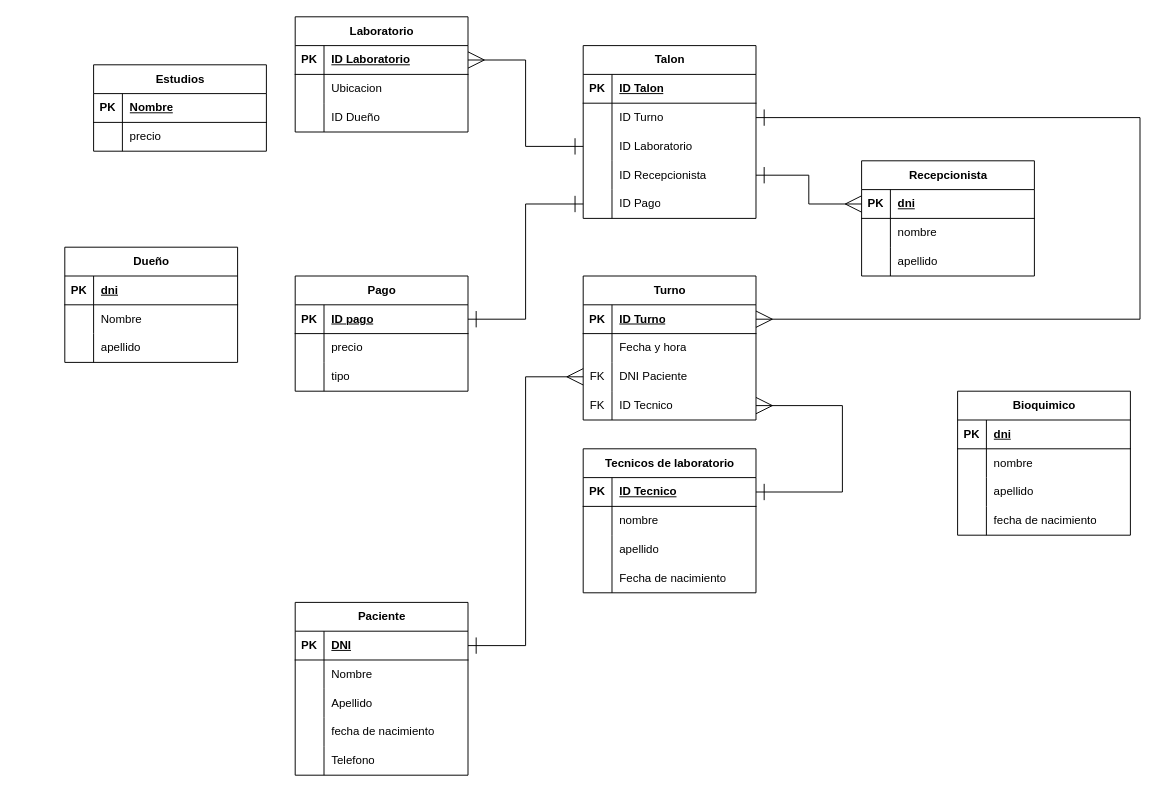
Earlier version of the draw.io diagram Diagrama.drawio (EmanuelRigo/entrega-final-sql-coderhouse). Source tidied: cells renumbered, new cells numbered last; positions are measured from the earlier drawing's top-left corner, leaving out a move shared by most shapes. Both pictures are drawn from the tidied source at 96%, with x=0, y=0 at pixel (64, 16).
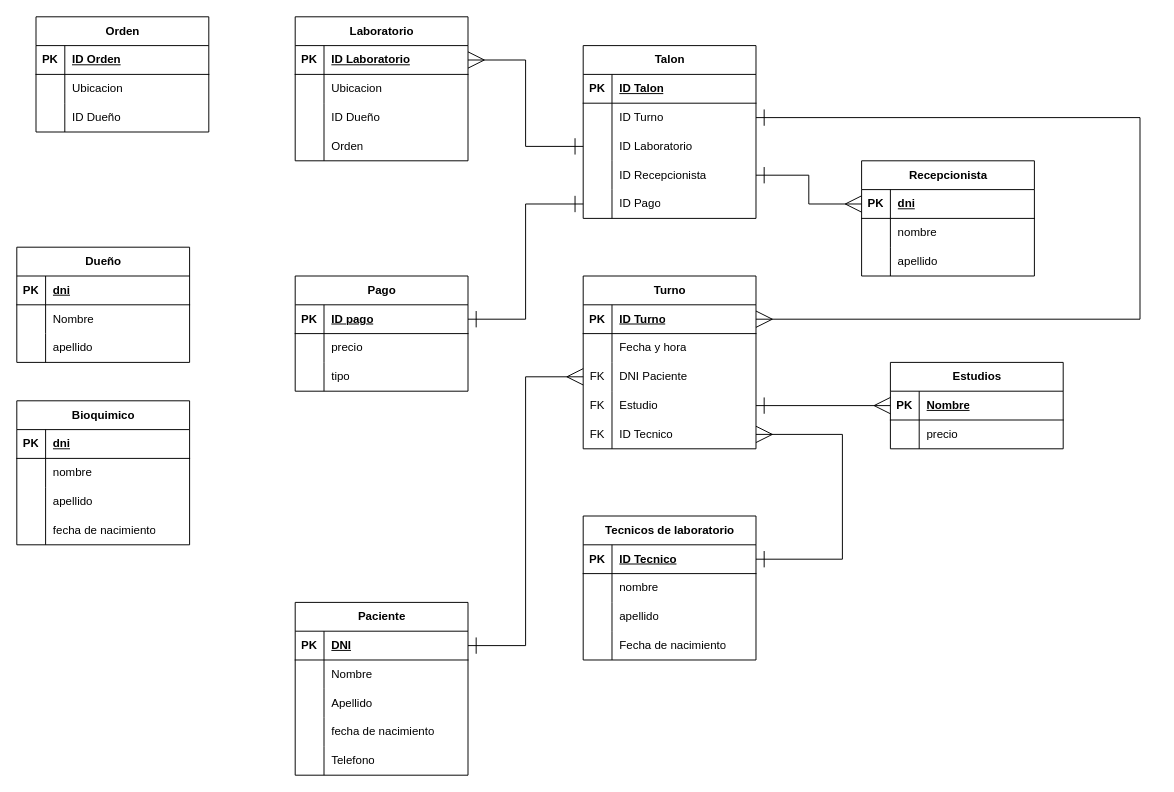
After the change.

The change refers to these unchanged cells:
```xml
<mxCell id="19" style="shape=tableRow;horizontal=0;startSize=0;swimlaneHead=0;swimlaneBody=0;fillColor=none;points=[[0,0.5],[1,0.5]];portConstraint=eastwest;top=0;left=0;right=0;bottom=1;swimlaneLine=1;shadow=0;rounded=0;" parent="18" vertex="1">
  <mxGeometry y="30" width="180" height="30" as="geometry" />
</mxCell>
<mxCell id="26" style="shape=tableRow;horizontal=0;startSize=0;swimlaneHead=0;swimlaneBody=0;fillColor=none;points=[[0,0.5],[1,0.5]];portConstraint=eastwest;top=0;left=0;right=0;bottom=1;swimlaneLine=1;shadow=0;rounded=0;" parent="25" vertex="1">
  <mxGeometry y="30" width="180" height="30" as="geometry" />
</mxCell>
```

The edit, as a diff of the source:
```diff
@@
     <mxCell id="18" value="Estudios" style="shape=table;startSize=30;childLayout=tableLayout;rowLines=0;fontStyle=1;align=center;html=1;fontColor=default;labelBackgroundColor=none;labelBorderColor=none;textShadow=0;" parent="1" vertex="1">
-      <mxGeometry x="30" y="50" width="180" height="90" as="geometry" />
+      <mxGeometry x="860" y="360" width="180" height="90" as="geometry" />
     </mxCell>
@@
     <mxCell id="25" value="Tecnicos de laboratorio" style="shape=table;startSize=30;childLayout=tableLayout;rowLines=0;fontStyle=1;align=center;html=1;fontColor=default;labelBackgroundColor=none;labelBorderColor=none;textShadow=0;" parent="1" vertex="1">
-      <mxGeometry x="540" y="450" width="180" height="150" as="geometry" />
+      <mxGeometry x="540" y="520" width="180" height="150" as="geometry" />
     </mxCell>
@@
     <mxCell id="48" value="Bioquimico" style="shape=table;startSize=30;childLayout=tableLayout;rowLines=0;fontStyle=1;align=center;html=1;fontColor=default;labelBackgroundColor=none;labelBorderColor=none;textShadow=0;" parent="1" vertex="1">
-      <mxGeometry x="930" y="390" width="180" height="150" as="geometry" />
+      <mxGeometry x="-50" y="400" width="180" height="150" as="geometry" />
     </mxCell>
@@
     <mxCell id="77" value="Laboratorio" style="shape=table;startSize=30;childLayout=tableLayout;rowLines=0;fontStyle=1;align=center;html=1;fontColor=default;labelBackgroundColor=none;labelBorderColor=none;textShadow=0;" parent="1" vertex="1">
-      <mxGeometry x="240" width="180" height="120" as="geometry" />
+      <mxGeometry x="240" width="180" height="150" as="geometry" />
     </mxCell>
@@
+    <mxCell id="126" style="shape=tableRow;horizontal=0;startSize=0;swimlaneHead=0;swimlaneBody=0;fillColor=none;top=0;left=0;right=0;bottom=0;" parent="77" vertex="1">
+      <mxGeometry y="120" width="180" height="30" as="geometry" />
+    </mxCell>
+    <mxCell id="127" style="shape=partialRectangle;fillColor=none;top=0;left=0;bottom=0;right=0;overflow=hidden;whiteSpace=wrap;html=1;" parent="126" vertex="1">
+      <mxGeometry width="30" height="30" as="geometry" />
+    </mxCell>
+    <mxCell id="128" value="Orden" style="shape=partialRectangle;fillColor=none;top=0;left=0;bottom=0;right=0;align=left;spacingLeft=6;overflow=hidden;whiteSpace=wrap;html=1;" parent="126" vertex="1">
+      <mxGeometry x="30" width="150" height="30" as="geometry" />
+    </mxCell>
     <mxCell id="87" value="Dueño" style="shape=table;startSize=30;childLayout=tableLayout;rowLines=0;fontStyle=1;align=center;html=1;fontColor=default;labelBackgroundColor=none;labelBorderColor=none;textShadow=0;" parent="1" vertex="1">
-      <mxGeometry y="240" width="180" height="120" as="geometry" />
+      <mxGeometry x="-50" y="240" width="180" height="120" as="geometry" />
     </mxCell>
@@
     <mxCell id="107" value="Turno" style="shape=table;startSize=30;childLayout=tableLayout;rowLines=0;fontStyle=1;align=center;html=1;fontColor=default;labelBackgroundColor=none;labelBorderColor=none;textShadow=0;" parent="1" vertex="1">
-      <mxGeometry x="540" y="270" width="180" height="150" as="geometry" />
+      <mxGeometry x="540" y="270" width="180" height="180" as="geometry" />
     </mxCell>
@@
+    <mxCell id="129" style="shape=tableRow;horizontal=0;startSize=0;swimlaneHead=0;swimlaneBody=0;fillColor=none;points=[[0,0.5],[1,0.5]];portConstraint=eastwest;top=0;left=0;right=0;bottom=0;" parent="107" vertex="1">
+      <mxGeometry y="120" width="180" height="30" as="geometry" />
+    </mxCell>
+    <mxCell id="130" value="FK" style="shape=partialRectangle;fillColor=none;top=0;left=0;bottom=0;right=0;overflow=hidden;whiteSpace=wrap;html=1;" parent="129" vertex="1">
+      <mxGeometry width="30" height="30" as="geometry" />
+    </mxCell>
+    <mxCell id="131" value="Estudio" style="shape=partialRectangle;fillColor=none;top=0;left=0;bottom=0;right=0;align=left;spacingLeft=6;overflow=hidden;whiteSpace=wrap;html=1;" parent="129" vertex="1">
+      <mxGeometry x="30" width="150" height="30" as="geometry" />
+    </mxCell>
     <mxCell id="117" style="shape=tableRow;horizontal=0;startSize=0;swimlaneHead=0;swimlaneBody=0;fillColor=none;points=[[0,0.5],[1,0.5]];portConstraint=eastwest;top=0;left=0;right=0;bottom=0;" parent="107" vertex="1">
-      <mxGeometry y="120" width="180" height="30" as="geometry" />
+      <mxGeometry y="150" width="180" height="30" as="geometry" />
     </mxCell>
@@
     <mxCell id="124" style="edgeStyle=orthogonalEdgeStyle;shape=connector;rounded=0;jettySize=auto;html=1;exitX=1;exitY=0.5;exitDx=0;exitDy=0;entryX=1;entryY=0.5;entryDx=0;entryDy=0;strokeColor=default;align=center;verticalAlign=middle;fontFamily=Helvetica;fontSize=11;fontColor=default;labelBackgroundColor=default;startArrow=ERone;startFill=0;startSize=15;endArrow=ERmany;endFill=0;endSize=15;" parent="1" edge="1" source="26" target="117">
       <mxGeometry relative="1" as="geometry">
         <Array as="points">
-          <mxPoint x="810" y="495" />
-          <mxPoint x="810" y="405" />
+          <mxPoint x="810" y="565" />
+          <mxPoint x="810" y="435" />
         </Array>
       </mxGeometry>
     </mxCell>
@@
+    <mxCell id="132" style="edgeStyle=orthogonalEdgeStyle;shape=connector;rounded=0;jettySize=auto;html=1;exitX=1;exitY=0.5;exitDx=0;exitDy=0;entryX=0;entryY=0.5;entryDx=0;entryDy=0;strokeColor=default;align=center;verticalAlign=middle;fontFamily=Helvetica;fontSize=11;fontColor=default;labelBackgroundColor=default;startArrow=ERone;startFill=0;startSize=15;endArrow=ERmany;endFill=0;endSize=15;" parent="1" edge="1" source="129" target="19">
+      <mxGeometry relative="1" as="geometry" />
+    </mxCell>
+    <mxCell id="133" value="Orden" style="shape=table;startSize=30;childLayout=tableLayout;rowLines=0;fontStyle=1;align=center;html=1;fontColor=default;labelBackgroundColor=none;labelBorderColor=none;textShadow=0;" parent="1" vertex="1">
+      <mxGeometry x="-30" width="180" height="120" as="geometry" />
+    </mxCell>
+    <mxCell id="134" style="shape=tableRow;horizontal=0;startSize=0;swimlaneHead=0;swimlaneBody=0;fillColor=none;top=0;left=0;right=0;bottom=1;swimlaneLine=1;shadow=0;rounded=0;" parent="133" vertex="1">
+      <mxGeometry y="30" width="180" height="30" as="geometry" />
+    </mxCell>
+    <mxCell id="135" value="PK" style="shape=partialRectangle;fillColor=none;top=0;left=0;bottom=0;right=0;fontStyle=1;overflow=hidden;whiteSpace=wrap;html=1;" parent="134" vertex="1">
+      <mxGeometry width="30" height="30" as="geometry" />
+    </mxCell>
+    <mxCell id="136" value="ID Orden" style="shape=partialRectangle;fillColor=none;top=0;left=0;bottom=0;right=0;align=left;spacingLeft=6;fontStyle=5;overflow=hidden;whiteSpace=wrap;html=1;" parent="134" vertex="1">
+      <mxGeometry x="30" width="150" height="30" as="geometry" />
+    </mxCell>
+    <mxCell id="137" style="shape=tableRow;horizontal=0;startSize=0;swimlaneHead=0;swimlaneBody=0;fillColor=none;top=0;left=0;right=0;bottom=0;" parent="133" vertex="1">
+      <mxGeometry y="60" width="180" height="30" as="geometry" />
+    </mxCell>
+    <mxCell id="138" style="shape=partialRectangle;fillColor=none;top=0;left=0;bottom=0;right=0;overflow=hidden;whiteSpace=wrap;html=1;" parent="137" vertex="1">
+      <mxGeometry width="30" height="30" as="geometry" />
+    </mxCell>
+    <mxCell id="139" value="Ubicacion" style="shape=partialRectangle;fillColor=none;top=0;left=0;bottom=0;right=0;align=left;spacingLeft=6;overflow=hidden;whiteSpace=wrap;html=1;" parent="137" vertex="1">
+      <mxGeometry x="30" width="150" height="30" as="geometry" />
+    </mxCell>
+    <mxCell id="140" style="shape=tableRow;horizontal=0;startSize=0;swimlaneHead=0;swimlaneBody=0;fillColor=none;top=0;left=0;right=0;bottom=0;" parent="133" vertex="1">
+      <mxGeometry y="90" width="180" height="30" as="geometry" />
+    </mxCell>
+    <mxCell id="141" style="shape=partialRectangle;fillColor=none;top=0;left=0;bottom=0;right=0;overflow=hidden;whiteSpace=wrap;html=1;" parent="140" vertex="1">
+      <mxGeometry width="30" height="30" as="geometry" />
+    </mxCell>
+    <mxCell id="142" value="ID Dueño" style="shape=partialRectangle;fillColor=none;top=0;left=0;bottom=0;right=0;align=left;spacingLeft=6;overflow=hidden;whiteSpace=wrap;html=1;" parent="140" vertex="1">
+      <mxGeometry x="30" width="150" height="30" as="geometry" />
+    </mxCell>
```
